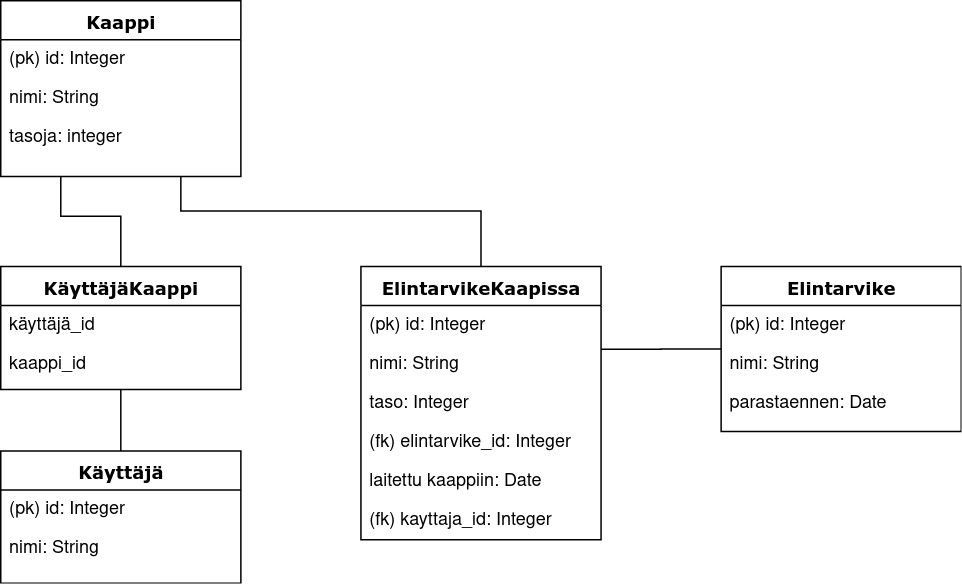
Above: tietokantakaavio.png in lukxsx/PakastimenHallinta (draw.io), before the change. Source tidied: cells renumbered, new cells last; positions are measured from the earlier drawing's top-left corner, leaving out a move shared by most shapes.
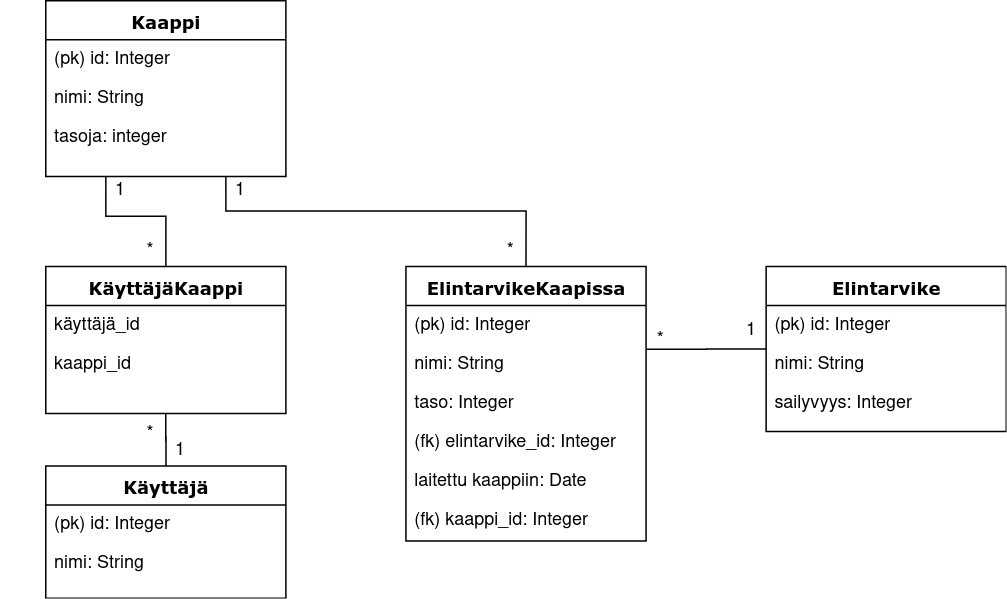
After the change.

Commit message:
Korjattiin tietokantakaavio

Change to the diagram source:
```diff
@@ -22,7 +22,7 @@
       </mxGeometry>
     </mxCell>
     <mxCell id="6" value="KäyttäjäKaappi" style="swimlane;html=1;fontStyle=1;align=center;verticalAlign=top;horizontal=1;startSize=26;swimlaneFillColor=#ffffff;rounded=0;shadow=0;comic=0;labelBackgroundColor=none;strokeWidth=1;fillColor=none;fontFamily=Verdana;fontSize=12;" parent="1" vertex="1">
-      <mxGeometry y="177" width="160" height="82" as="geometry" />
+      <mxGeometry y="177" width="160" height="98" as="geometry" />
     </mxCell>
     <mxCell id="7" value="käyttäjä_id" style="text;html=1;strokeColor=none;fillColor=none;align=left;verticalAlign=top;spacingLeft=4;spacingRight=4;whiteSpace=wrap;overflow=hidden;" parent="6" vertex="1">
       <mxGeometry y="26" width="160" height="26" as="geometry" />
@@ -30,17 +30,8 @@
     <mxCell id="8" value="kaappi_id" style="text;html=1;strokeColor=none;fillColor=none;align=left;verticalAlign=top;spacingLeft=4;spacingRight=4;whiteSpace=wrap;overflow=hidden;" parent="6" vertex="1">
       <mxGeometry y="52" width="160" height="26" as="geometry" />
     </mxCell>
-    <mxCell id="9" value="Käyttäjä" style="swimlane;html=1;fontStyle=1;align=center;verticalAlign=top;horizontal=1;startSize=26;swimlaneFillColor=#ffffff;rounded=0;shadow=0;comic=0;labelBackgroundColor=none;strokeWidth=1;fillColor=none;fontFamily=Verdana;fontSize=12;" parent="1" vertex="1">
-      <mxGeometry y="300" width="160" height="88" as="geometry" />
-    </mxCell>
-    <mxCell id="10" value="(pk) id: Integer" style="text;html=1;strokeColor=none;fillColor=none;align=left;verticalAlign=top;spacingLeft=4;spacingRight=4;whiteSpace=wrap;overflow=hidden;" parent="9" vertex="1">
-      <mxGeometry y="26" width="160" height="26" as="geometry" />
-    </mxCell>
-    <mxCell id="11" value="nimi: String" style="text;html=1;strokeColor=none;fillColor=none;align=left;verticalAlign=top;spacingLeft=4;spacingRight=4;whiteSpace=wrap;overflow=hidden;" parent="9" vertex="1">
-      <mxGeometry y="52" width="160" height="26" as="geometry" />
-    </mxCell>
     <mxCell id="12" value="ElintarvikeKaapissa" style="swimlane;html=1;fontStyle=1;align=center;verticalAlign=top;horizontal=1;startSize=26;swimlaneFillColor=#ffffff;rounded=0;shadow=0;comic=0;labelBackgroundColor=none;strokeWidth=1;fillColor=none;fontFamily=Verdana;fontSize=12;" parent="1" vertex="1">
-      <mxGeometry x="240" y="177" width="160" height="182" as="geometry" />
+      <mxGeometry x="240" y="177" width="160" height="183" as="geometry" />
     </mxCell>
     <mxCell id="13" value="(pk) id: Integer" style="text;html=1;strokeColor=none;fillColor=none;align=left;verticalAlign=top;spacingLeft=4;spacingRight=4;whiteSpace=wrap;overflow=hidden;" parent="12" vertex="1">
       <mxGeometry y="26" width="160" height="26" as="geometry" />
@@ -57,9 +48,9 @@
     <mxCell id="17" value="laitettu kaappiin: Date" style="text;html=1;strokeColor=none;fillColor=none;align=left;verticalAlign=top;spacingLeft=4;spacingRight=4;whiteSpace=wrap;overflow=hidden;" parent="12" vertex="1">
       <mxGeometry y="130" width="160" height="26" as="geometry" />
     </mxCell>
-    <mxCell id="18" value="(fk) kayttaja_id: Integer" style="text;html=1;strokeColor=none;fillColor=none;align=left;verticalAlign=top;spacingLeft=4;spacingRight=4;whiteSpace=wrap;overflow=hidden;" parent="12" vertex="1">
-      <mxGeometry y="156" width="160" height="26" as="geometry" />
-    </mxCell>
+    <mxCell id="27" value="(fk) kaappi_id: Integer" style="text;html=1;strokeColor=none;fillColor=none;align=left;verticalAlign=top;spacingLeft=4;spacingRight=4;whiteSpace=wrap;overflow=hidden;" parent="12" vertex="1">
+      <mxGeometry y="156" width="160" height="26" as="geometry" />
+    </mxCell>
     <mxCell id="19" value="Elintarvike" style="swimlane;html=1;fontStyle=1;align=center;verticalAlign=top;horizontal=1;startSize=26;swimlaneFillColor=#ffffff;rounded=0;shadow=0;comic=0;labelBackgroundColor=none;strokeWidth=1;fillColor=none;fontFamily=Verdana;fontSize=12;" parent="1" vertex="1">
       <mxGeometry x="480" y="177" width="160" height="110" as="geometry" />
     </mxCell>
@@ -69,7 +60,7 @@
     <mxCell id="21" value="nimi: String" style="text;html=1;strokeColor=none;fillColor=none;align=left;verticalAlign=top;spacingLeft=4;spacingRight=4;whiteSpace=wrap;overflow=hidden;" parent="19" vertex="1">
       <mxGeometry y="52" width="160" height="26" as="geometry" />
     </mxCell>
-    <mxCell id="22" value="parastaennen: Date" style="text;html=1;strokeColor=none;fillColor=none;align=left;verticalAlign=top;spacingLeft=4;spacingRight=4;whiteSpace=wrap;overflow=hidden;" parent="19" vertex="1">
+    <mxCell id="22" value="sailyvyys: Integer" style="text;html=1;strokeColor=none;fillColor=none;align=left;verticalAlign=top;spacingLeft=4;spacingRight=4;whiteSpace=wrap;overflow=hidden;" parent="19" vertex="1">
       <mxGeometry y="78" width="160" height="26" as="geometry" />
     </mxCell>
     <mxCell id="23" value="Kaappi" style="swimlane;html=1;fontStyle=1;align=center;verticalAlign=top;horizontal=1;startSize=26;swimlaneFillColor=#ffffff;rounded=0;shadow=0;comic=0;labelBackgroundColor=none;strokeWidth=1;fillColor=none;fontFamily=Verdana;fontSize=12;" parent="1" vertex="1">
@@ -84,5 +75,38 @@
     <mxCell id="26" value="tasoja: integer" style="text;html=1;strokeColor=none;fillColor=none;align=left;verticalAlign=top;spacingLeft=4;spacingRight=4;whiteSpace=wrap;overflow=hidden;" parent="23" vertex="1">
       <mxGeometry y="78" width="160" height="26" as="geometry" />
     </mxCell>
+    <mxCell id="28" value="*" style="text;html=1;strokeColor=none;fillColor=none;align=center;verticalAlign=middle;whiteSpace=wrap;rounded=0;" parent="1" vertex="1">
+      <mxGeometry x="50" y="157" width="40" height="20" as="geometry" />
+    </mxCell>
+    <mxCell id="29" value="*" style="text;html=1;strokeColor=none;fillColor=none;align=center;verticalAlign=middle;whiteSpace=wrap;rounded=0;" parent="1" vertex="1">
+      <mxGeometry x="50" y="278.5" width="40" height="20" as="geometry" />
+    </mxCell>
+    <mxCell id="30" value="1" style="text;html=1;strokeColor=none;fillColor=none;align=center;verticalAlign=middle;whiteSpace=wrap;rounded=0;" parent="1" vertex="1">
+      <mxGeometry x="-30" y="117" width="160" height="20" as="geometry" />
+    </mxCell>
+    <mxCell id="31" value="1" style="text;html=1;strokeColor=none;fillColor=none;align=center;verticalAlign=middle;whiteSpace=wrap;rounded=0;" parent="1" vertex="1">
+      <mxGeometry x="70" y="290" width="40" height="20" as="geometry" />
+    </mxCell>
+    <mxCell id="9" value="Käyttäjä" style="swimlane;html=1;fontStyle=1;align=center;verticalAlign=top;horizontal=1;startSize=26;swimlaneFillColor=#ffffff;rounded=0;shadow=0;comic=0;labelBackgroundColor=none;strokeWidth=1;fillColor=none;fontFamily=Verdana;fontSize=12;" parent="1" vertex="1">
+      <mxGeometry y="310" width="160" height="88" as="geometry" />
+    </mxCell>
+    <mxCell id="10" value="(pk) id: Integer" style="text;html=1;strokeColor=none;fillColor=none;align=left;verticalAlign=top;spacingLeft=4;spacingRight=4;whiteSpace=wrap;overflow=hidden;" parent="9" vertex="1">
+      <mxGeometry y="26" width="160" height="26" as="geometry" />
+    </mxCell>
+    <mxCell id="11" value="nimi: String" style="text;html=1;strokeColor=none;fillColor=none;align=left;verticalAlign=top;spacingLeft=4;spacingRight=4;whiteSpace=wrap;overflow=hidden;" parent="9" vertex="1">
+      <mxGeometry y="52" width="160" height="26" as="geometry" />
+    </mxCell>
+    <mxCell id="32" value="*" style="text;html=1;strokeColor=none;fillColor=none;align=center;verticalAlign=middle;whiteSpace=wrap;rounded=0;" parent="1" vertex="1">
+      <mxGeometry x="290" y="157" width="40" height="20" as="geometry" />
+    </mxCell>
+    <mxCell id="33" value="1" style="text;html=1;strokeColor=none;fillColor=none;align=center;verticalAlign=middle;whiteSpace=wrap;rounded=0;" parent="1" vertex="1">
+      <mxGeometry x="110" y="117" width="40" height="20" as="geometry" />
+    </mxCell>
+    <mxCell id="34" value="*" style="text;html=1;strokeColor=none;fillColor=none;align=center;verticalAlign=middle;whiteSpace=wrap;rounded=0;" parent="1" vertex="1">
+      <mxGeometry x="390" y="216" width="40" height="20" as="geometry" />
+    </mxCell>
+    <mxCell id="35" value="1" style="text;html=1;align=center;verticalAlign=middle;" parent="1" vertex="1">
+      <mxGeometry x="460" y="210" width="20" height="20" as="geometry" />
+    </mxCell>
   </root>
 </mxGraphModel>
```
